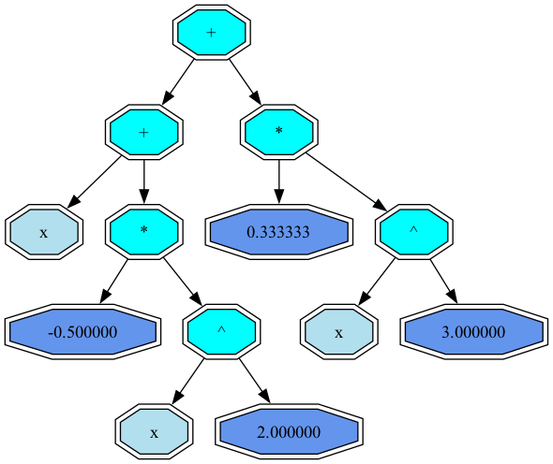
Before: calculated.png, a diagram exported from Graphviz (Pave2005/differential). Its source is kept beside it as calculated.dot.
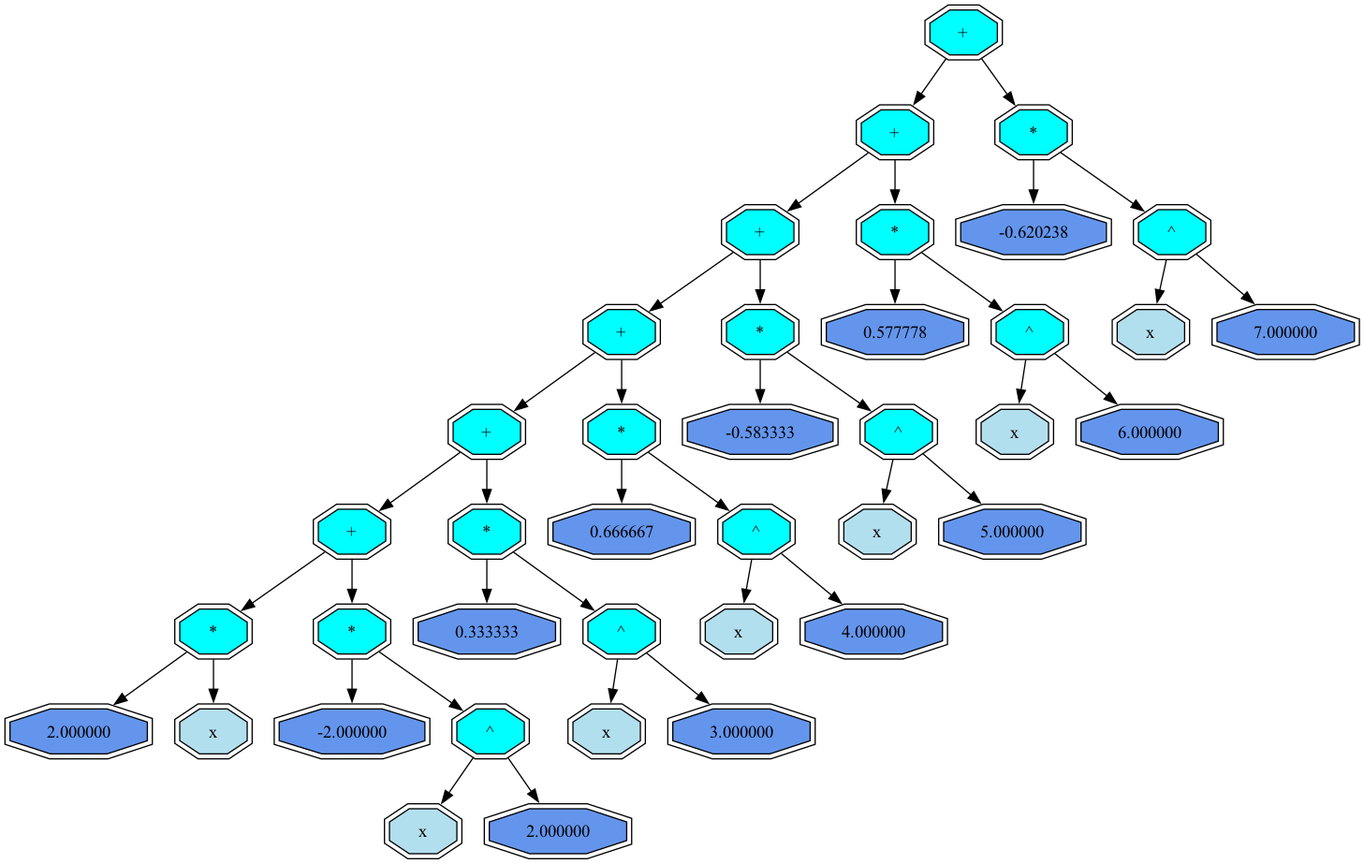
The same diagram one commit later.

The edit, as a diff of the source:
```diff
@@ -1,28 +1,80 @@
 digraph G {
 node [shape = record];
- 11540046760  11540046760 [shape = doubleoctagon, style = filled, fillcolor = aqua  label = " + "];
-11540046760 -> 11540043220
- 11540046760 -> 11540046660
- 11540043220 [shape = doubleoctagon, style = filled, fillcolor = aqua  label = " + "];
-11540043220 -> 11540045060
- 11540043220 -> 11540045420
- 11540045060 [shape = doubleoctagon, style = filled, fillcolor = lightblue2  label = " x "];
- 11540045420 [shape = doubleoctagon, style = filled, fillcolor = aqua  label = " * "];
-11540045420 -> 11540045460
- 11540045420 -> 11540045620
- 11540045460 [shape = doubleoctagon, style = filled, fillcolor = cornflowerblue  label = " -0.500000 "];
- 11540045620 [shape = doubleoctagon, style = filled, fillcolor = aqua  label = " ^ "];
-11540045620 -> 11540045660
- 11540045620 -> 11540045720
- 11540045660 [shape = doubleoctagon, style = filled, fillcolor = lightblue2  label = " x "];
- 11540045720 [shape = doubleoctagon, style = filled, fillcolor = cornflowerblue  label = " 2.000000 "];
- 11540046660 [shape = doubleoctagon, style = filled, fillcolor = aqua  label = " * "];
-11540046660 -> 11540046020
- 11540046660 -> 11540046620
- 11540046020 [shape = doubleoctagon, style = filled, fillcolor = cornflowerblue  label = " 0.333333 "];
- 11540046620 [shape = doubleoctagon, style = filled, fillcolor = aqua  label = " ^ "];
-11540046620 -> 11540046060
- 11540046620 -> 11540046120
- 11540046060 [shape = doubleoctagon, style = filled, fillcolor = lightblue2  label = " x "];
- 11540046120 [shape = doubleoctagon, style = filled, fillcolor = cornflowerblue  label = " 3.000000 "];
+ 12754701200  12754701200 [shape = doubleoctagon, style = filled, fillcolor = aqua  label = " + "];
+12754701200 -> 12175517640
+ 12754701200 -> 12754701100
+ 12175517640 [shape = doubleoctagon, style = filled, fillcolor = aqua  label = " + "];
+12175517640 -> 12175517700
+ 12175517640 -> 12175540440
+ 12175517700 [shape = doubleoctagon, style = filled, fillcolor = aqua  label = " + "];
+12175517700 -> 12175517740
+ 12175517700 -> 12175521700
+ 12175517740 [shape = doubleoctagon, style = filled, fillcolor = aqua  label = " + "];
+12175517740 -> 12175520000
+ 12175517740 -> 12175521340
+ 12175520000 [shape = doubleoctagon, style = filled, fillcolor = aqua  label = " + "];
+12175520000 -> 12175520040
+ 12175520000 -> 12175521000
+ 12175520040 [shape = doubleoctagon, style = filled, fillcolor = aqua  label = " + "];
+12175520040 -> 12175520100
+ 12175520040 -> 12175520440
+ 12175520100 [shape = doubleoctagon, style = filled, fillcolor = aqua  label = " * "];
+12175520100 -> 12175520140
+ 12175520100 -> 12175520300
+ 12175520140 [shape = doubleoctagon, style = filled, fillcolor = cornflowerblue  label = " 2.000000 "];
+ 12175520300 [shape = doubleoctagon, style = filled, fillcolor = lightblue2  label = " x "];
+ 12175520440 [shape = doubleoctagon, style = filled, fillcolor = aqua  label = " * "];
+12175520440 -> 12175520500
+ 12175520440 -> 12175520640
+ 12175520500 [shape = doubleoctagon, style = filled, fillcolor = cornflowerblue  label = " -2.000000 "];
+ 12175520640 [shape = doubleoctagon, style = filled, fillcolor = aqua  label = " ^ "];
+12175520640 -> 12175520700
+ 12175520640 -> 12175520740
+ 12175520700 [shape = doubleoctagon, style = filled, fillcolor = lightblue2  label = " x "];
+ 12175520740 [shape = doubleoctagon, style = filled, fillcolor = cornflowerblue  label = " 2.000000 "];
+ 12175521000 [shape = doubleoctagon, style = filled, fillcolor = aqua  label = " * "];
+12175521000 -> 12175521040
+ 12175521000 -> 12175521200
+ 12175521040 [shape = doubleoctagon, style = filled, fillcolor = cornflowerblue  label = " 0.333333 "];
+ 12175521200 [shape = doubleoctagon, style = filled, fillcolor = aqua  label = " ^ "];
+12175521200 -> 12175521240
+ 12175521200 -> 12175521300
+ 12175521240 [shape = doubleoctagon, style = filled, fillcolor = lightblue2  label = " x "];
+ 12175521300 [shape = doubleoctagon, style = filled, fillcolor = cornflowerblue  label = " 3.000000 "];
+ 12175521340 [shape = doubleoctagon, style = filled, fillcolor = aqua  label = " * "];
+12175521340 -> 12175521400
+ 12175521340 -> 12175521540
+ 12175521400 [shape = doubleoctagon, style = filled, fillcolor = cornflowerblue  label = " 0.666667 "];
+ 12175521540 [shape = doubleoctagon, style = filled, fillcolor = aqua  label = " ^ "];
+12175521540 -> 12175521600
+ 12175521540 -> 12175521640
+ 12175521600 [shape = doubleoctagon, style = filled, fillcolor = lightblue2  label = " x "];
+ 12175521640 [shape = doubleoctagon, style = filled, fillcolor = cornflowerblue  label = " 4.000000 "];
+ 12175521700 [shape = doubleoctagon, style = filled, fillcolor = aqua  label = " * "];
+12175521700 -> 12175521740
+ 12175521700 -> 12175540300
+ 12175521740 [shape = doubleoctagon, style = filled, fillcolor = cornflowerblue  label = " -0.583333 "];
+ 12175540300 [shape = doubleoctagon, style = filled, fillcolor = aqua  label = " ^ "];
+12175540300 -> 12175540340
+ 12175540300 -> 12175540400
+ 12175540340 [shape = doubleoctagon, style = filled, fillcolor = lightblue2  label = " x "];
+ 12175540400 [shape = doubleoctagon, style = filled, fillcolor = cornflowerblue  label = " 5.000000 "];
+ 12175540440 [shape = doubleoctagon, style = filled, fillcolor = aqua  label = " * "];
+12175540440 -> 12175540500
+ 12175540440 -> 12175540640
+ 12175540500 [shape = doubleoctagon, style = filled, fillcolor = cornflowerblue  label = " 0.577778 "];
+ 12175540640 [shape = doubleoctagon, style = filled, fillcolor = aqua  label = " ^ "];
+12175540640 -> 12175540700
+ 12175540640 -> 12175540740
+ 12175540700 [shape = doubleoctagon, style = filled, fillcolor = lightblue2  label = " x "];
+ 12175540740 [shape = doubleoctagon, style = filled, fillcolor = cornflowerblue  label = " 6.000000 "];
+ 12754701100 [shape = doubleoctagon, style = filled, fillcolor = aqua  label = " * "];
+12754701100 -> 12754700700
+ 12754701100 -> 12754701040
+ 12754700700 [shape = doubleoctagon, style = filled, fillcolor = cornflowerblue  label = " -0.620238 "];
+ 12754701040 [shape = doubleoctagon, style = filled, fillcolor = aqua  label = " ^ "];
+12754701040 -> 12754700740
+ 12754701040 -> 12754701000
+ 12754700740 [shape = doubleoctagon, style = filled, fillcolor = lightblue2  label = " x "];
+ 12754701000 [shape = doubleoctagon, style = filled, fillcolor = cornflowerblue  label = " 7.000000 "];
 }
```
